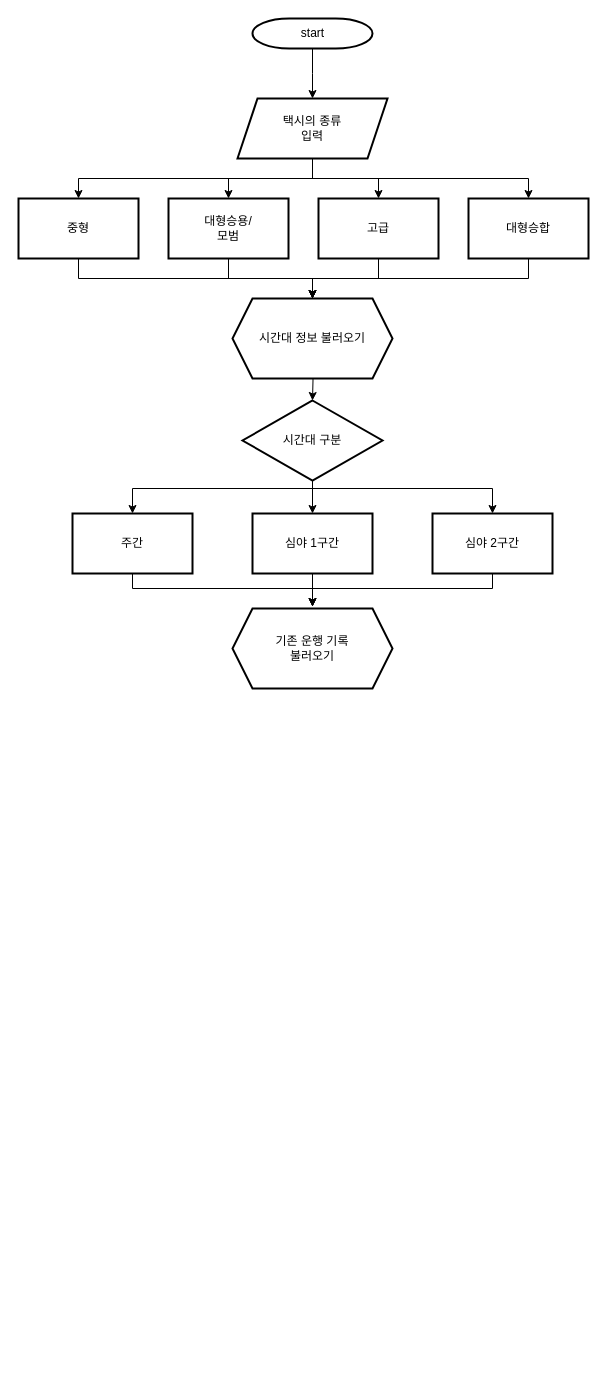
This is taxifare.drawio from jen0707/Project_taxi, a draw.io file, before an edit. Source tidied: cells renumbered, new cells numbered last; positions are measured from the earlier drawing's top-left corner, leaving out a move shared by most shapes. Both pictures are drawn from the tidied source at 100%, with x=0, y=0 at pixel (18, 18).
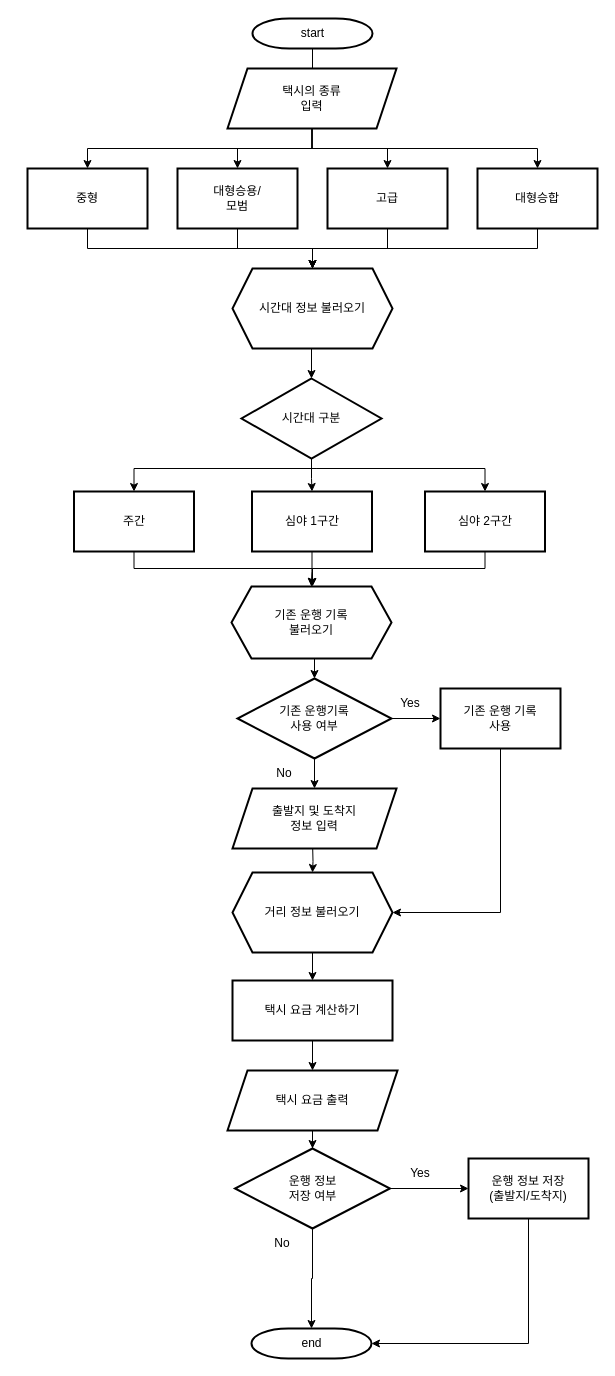
After the change.

Change to the diagram source:
```diff
@@
-    <mxCell id="4" style="edgeStyle=orthogonalEdgeStyle;rounded=0;jettySize=auto;html=1;fontFamily=Helvetica;fontSize=12;fontColor=default;fontStyle=0;" parent="1" edge="1" target="8">
-      <mxGeometry relative="1" as="geometry">
-        <mxPoint x="294" y="340" as="sourcePoint" />
-      </mxGeometry>
-    </mxCell>
@@
-    <mxCell id="6" style="edgeStyle=orthogonalEdgeStyle;rounded=0;jettySize=auto;html=1;fontFamily=Helvetica;fontSize=12;fontColor=default;fontStyle=0;" parent="1" edge="1" source="8" target="17">
+    <mxCell id="6" style="edgeStyle=orthogonalEdgeStyle;rounded=0;jettySize=auto;html=1;exitX=0.5;exitY=1;exitDx=0;exitDy=0;entryX=0.5;entryY=0;entryDx=0;entryDy=0;fontFamily=Helvetica;fontSize=12;fontColor=default;fontStyle=0;" parent="1" edge="1" source="8" target="17">
       <mxGeometry relative="1" as="geometry">
         <Array as="points">
-          <mxPoint x="294" y="470" />
-          <mxPoint x="114" y="470" />
+          <mxPoint x="298" y="450" />
+          <mxPoint x="120" y="450" />
         </Array>
       </mxGeometry>
     </mxCell>
-    <mxCell id="7" style="edgeStyle=orthogonalEdgeStyle;rounded=0;jettySize=auto;html=1;fontFamily=Helvetica;fontSize=12;fontColor=default;fontStyle=0;" parent="1" edge="1" source="8" target="19">
+    <mxCell id="7" style="edgeStyle=orthogonalEdgeStyle;rounded=0;jettySize=auto;html=1;exitX=0.5;exitY=1;exitDx=0;exitDy=0;entryX=0.5;entryY=0;entryDx=0;entryDy=0;fontFamily=Helvetica;fontSize=12;fontColor=default;fontStyle=0;" parent="1" edge="1" source="8" target="19">
       <mxGeometry relative="1" as="geometry">
         <Array as="points">
-          <mxPoint x="294" y="470" />
-          <mxPoint x="474" y="470" />
+          <mxPoint x="298" y="450" />
+          <mxPoint x="471" y="450" />
         </Array>
       </mxGeometry>
     </mxCell>
     <mxCell id="8" value="시간대 구분" style="rhombus;whiteSpace=wrap;html=1;strokeWidth=2;gradientColor=none;gradientDirection=north;fontStyle=0;" parent="1" vertex="1">
-      <mxGeometry x="224" y="382" width="140" height="80" as="geometry" />
+      <mxGeometry x="223" y="360" width="140" height="80" as="geometry" />
     </mxCell>
-    <mxCell id="9" style="edgeStyle=orthogonalEdgeStyle;rounded=0;jettySize=auto;html=1;fontFamily=Helvetica;fontSize=12;fontColor=default;fontStyle=0;" parent="1" edge="1" source="10">
-      <mxGeometry relative="1" as="geometry">
-        <mxPoint x="294" y="588" as="targetPoint" />
-      </mxGeometry>
-    </mxCell>
+    <mxCell id="30" style="edgeStyle=orthogonalEdgeStyle;rounded=0;jettySize=auto;html=1;entryX=0.5;entryY=0;entryDx=0;entryDy=0;fontFamily=Helvetica;fontSize=12;fontColor=default;fontStyle=0;" parent="1" edge="1" source="10" target="29">
+      <mxGeometry relative="1" as="geometry" />
+    </mxCell>
     <mxCell id="10" value="심야 1구간" style="whiteSpace=wrap;html=1;strokeWidth=2;gradientColor=none;gradientDirection=north;fontStyle=0;" parent="1" vertex="1">
-      <mxGeometry x="234" y="495" width="120" height="60" as="geometry" />
+      <mxGeometry x="233.5" y="473" width="120" height="60" as="geometry" />
     </mxCell>
@@
-    <mxCell id="12" style="edgeStyle=orthogonalEdgeStyle;rounded=0;jettySize=auto;html=1;entryX=0.5;entryY=0;entryDx=0;entryDy=0;fontFamily=Helvetica;fontSize=12;fontColor=default;fontStyle=0;" parent="1" edge="1" source="15" target="28">
-      <mxGeometry relative="1" as="geometry">
-        <Array as="points">
-          <mxPoint x="294" y="160" />
-          <mxPoint x="510" y="160" />
-        </Array>
-      </mxGeometry>
-    </mxCell>
@@
-    <mxCell id="14" style="edgeStyle=orthogonalEdgeStyle;rounded=0;jettySize=auto;html=1;exitX=0.5;exitY=1;exitDx=0;exitDy=0;fontFamily=Helvetica;fontSize=12;fontColor=default;fontStyle=0;" parent="1" edge="1" source="15" target="22">
-      <mxGeometry relative="1" as="geometry" />
+    <mxCell id="14" style="edgeStyle=orthogonalEdgeStyle;rounded=0;jettySize=auto;html=1;entryX=0.5;entryY=0;entryDx=0;entryDy=0;fontFamily=Helvetica;fontSize=12;fontColor=default;fontStyle=0;" parent="1" edge="1" source="15" target="22">
+      <mxGeometry relative="1" as="geometry">
+        <Array as="points">
+          <mxPoint x="294" y="130" />
+          <mxPoint x="69" y="130" />
+        </Array>
+      </mxGeometry>
     </mxCell>
+    <mxCell id="12" style="edgeStyle=orthogonalEdgeStyle;rounded=0;jettySize=auto;html=1;entryX=0.5;entryY=0;entryDx=0;entryDy=0;fontFamily=Helvetica;fontSize=12;fontColor=default;fontStyle=0;" parent="1" edge="1" source="15" target="28">
+      <mxGeometry relative="1" as="geometry">
+        <Array as="points">
+          <mxPoint x="294" y="130" />
+          <mxPoint x="519" y="130" />
+        </Array>
+      </mxGeometry>
+    </mxCell>
     <mxCell id="15" value="택시의 종류&lt;div&gt;입력&lt;/div&gt;" style="shape=parallelogram;perimeter=parallelogramPerimeter;whiteSpace=wrap;html=1;fixedSize=1;strokeColor=default;strokeWidth=2;align=center;verticalAlign=middle;fontFamily=Helvetica;fontSize=12;fontColor=default;fontStyle=0;fillColor=default;gradientColor=none;gradientDirection=north;" parent="1" vertex="1">
-      <mxGeometry x="219" y="80" width="150" height="60" as="geometry" />
+      <mxGeometry x="209" y="50" width="169" height="60" as="geometry" />
     </mxCell>
-    <mxCell id="16" style="edgeStyle=orthogonalEdgeStyle;rounded=0;jettySize=auto;html=1;fontFamily=Helvetica;fontSize=12;fontColor=default;fontStyle=0;" parent="1" edge="1" source="17">
-      <mxGeometry relative="1" as="geometry">
-        <mxPoint x="294" y="588" as="targetPoint" />
-        <Array as="points">
-          <mxPoint x="114" y="570" />
-          <mxPoint x="294" y="570" />
-        </Array>
-      </mxGeometry>
-    </mxCell>
+    <mxCell id="31" style="edgeStyle=orthogonalEdgeStyle;rounded=0;jettySize=auto;html=1;exitX=0.5;exitY=1;exitDx=0;exitDy=0;fontFamily=Helvetica;fontSize=12;fontColor=default;fontStyle=0;" parent="1" edge="1" source="17" target="29">
+      <mxGeometry relative="1" as="geometry">
+        <Array as="points">
+          <mxPoint x="116" y="550" />
+          <mxPoint x="294" y="550" />
+        </Array>
+      </mxGeometry>
+    </mxCell>
     <mxCell id="17" value="주간" style="whiteSpace=wrap;html=1;strokeWidth=2;gradientColor=none;gradientDirection=north;fontStyle=0;" parent="1" vertex="1">
-      <mxGeometry x="54" y="495" width="120" height="60" as="geometry" />
+      <mxGeometry x="55.5" y="473" width="120" height="60" as="geometry" />
     </mxCell>
-    <mxCell id="18" style="edgeStyle=orthogonalEdgeStyle;rounded=0;jettySize=auto;html=1;entryX=0.5;entryY=0;entryDx=0;entryDy=0;fontFamily=Helvetica;fontSize=12;fontColor=default;fontStyle=0;" parent="1" edge="1" source="19">
-      <mxGeometry relative="1" as="geometry">
-        <mxPoint x="294" y="588" as="targetPoint" />
-        <Array as="points">
-          <mxPoint x="474" y="570" />
-          <mxPoint x="294" y="570" />
-        </Array>
-      </mxGeometry>
-    </mxCell>
+    <mxCell id="32" style="edgeStyle=orthogonalEdgeStyle;rounded=0;jettySize=auto;html=1;entryX=0.5;entryY=0;entryDx=0;entryDy=0;fontFamily=Helvetica;fontSize=12;fontColor=default;fontStyle=0;" parent="1" edge="1" source="19" target="29">
+      <mxGeometry relative="1" as="geometry">
+        <Array as="points">
+          <mxPoint x="467" y="550" />
+          <mxPoint x="294" y="550" />
+        </Array>
+      </mxGeometry>
+    </mxCell>
     <mxCell id="19" value="심야 2구간" style="whiteSpace=wrap;html=1;strokeWidth=2;gradientColor=none;gradientDirection=north;fontStyle=0;" parent="1" vertex="1">
-      <mxGeometry x="414" y="495" width="120" height="60" as="geometry" />
+      <mxGeometry x="406.5" y="473" width="120" height="60" as="geometry" />
     </mxCell>
+    <mxCell id="33" style="edgeStyle=orthogonalEdgeStyle;rounded=0;jettySize=auto;html=1;exitX=0.5;exitY=1;exitDx=0;exitDy=0;entryX=0.5;entryY=0;entryDx=0;entryDy=0;fontFamily=Helvetica;fontSize=12;fontColor=default;fontStyle=0;" parent="1" edge="1" source="20" target="8">
+      <mxGeometry relative="1" as="geometry" />
+    </mxCell>
     <mxCell id="20" value="시간대 정보 불러오기" style="shape=hexagon;perimeter=hexagonPerimeter2;whiteSpace=wrap;html=1;fixedSize=1;strokeColor=default;strokeWidth=2;align=center;verticalAlign=middle;fontFamily=Helvetica;fontSize=12;fontColor=default;fontStyle=0;fillColor=default;gradientColor=none;gradientDirection=north;" parent="1" vertex="1">
-      <mxGeometry x="214" y="280" width="160" height="80" as="geometry" />
+      <mxGeometry x="214" y="250" width="160" height="80" as="geometry" />
     </mxCell>
-    <mxCell id="21" style="edgeStyle=orthogonalEdgeStyle;rounded=0;jettySize=auto;html=1;entryX=0.5;entryY=0;entryDx=0;entryDy=0;fontFamily=Helvetica;fontSize=12;fontColor=default;fontStyle=0;" parent="1" edge="1" source="22" target="20">
-      <mxGeometry relative="1" as="geometry">
-        <Array as="points">
-          <mxPoint x="60" y="260" />
-          <mxPoint x="294" y="260" />
-        </Array>
-      </mxGeometry>
+    <mxCell id="21" style="edgeStyle=orthogonalEdgeStyle;rounded=0;jettySize=auto;html=1;exitX=0.5;exitY=1;exitDx=0;exitDy=0;entryX=0.5;entryY=0;entryDx=0;entryDy=0;fontFamily=Helvetica;fontSize=12;fontColor=default;fontStyle=0;" parent="1" edge="1" source="22" target="20">
+      <mxGeometry relative="1" as="geometry" />
     </mxCell>
     <mxCell id="22" value="중형" style="whiteSpace=wrap;html=1;strokeWidth=2;fontStyle=0;gradientColor=none;gradientDirection=north;" parent="1" vertex="1">
-      <mxGeometry y="180" width="120" height="60" as="geometry" />
+      <mxGeometry x="9" y="150" width="120" height="60" as="geometry" />
     </mxCell>
-    <mxCell id="23" style="edgeStyle=orthogonalEdgeStyle;rounded=0;jettySize=auto;html=1;fontFamily=Helvetica;fontSize=12;fontColor=default;fontStyle=0;" parent="1" edge="1" source="24" target="20">
-      <mxGeometry relative="1" as="geometry">
-        <Array as="points">
-          <mxPoint x="210" y="260" />
-          <mxPoint x="294" y="260" />
-        </Array>
-      </mxGeometry>
+    <mxCell id="23" style="edgeStyle=orthogonalEdgeStyle;rounded=0;jettySize=auto;html=1;exitX=0.5;exitY=1;exitDx=0;exitDy=0;entryX=0.5;entryY=0;entryDx=0;entryDy=0;fontFamily=Helvetica;fontSize=12;fontColor=default;fontStyle=0;" parent="1" edge="1" source="24" target="20">
+      <mxGeometry relative="1" as="geometry" />
     </mxCell>
     <mxCell id="24" value="대형승용/&lt;div&gt;모범&lt;/div&gt;" style="whiteSpace=wrap;html=1;strokeWidth=2;fontStyle=0;gradientColor=none;gradientDirection=north;" parent="1" vertex="1">
-      <mxGeometry x="150" y="180" width="120" height="60" as="geometry" />
+      <mxGeometry x="159" y="150" width="120" height="60" as="geometry" />
     </mxCell>
-    <mxCell id="25" style="edgeStyle=orthogonalEdgeStyle;rounded=0;jettySize=auto;html=1;fontFamily=Helvetica;fontSize=12;fontColor=default;fontStyle=0;" parent="1" edge="1" source="26" target="20">
-      <mxGeometry relative="1" as="geometry">
-        <Array as="points">
-          <mxPoint x="360" y="260" />
-          <mxPoint x="294" y="260" />
-        </Array>
-      </mxGeometry>
+    <mxCell id="25" style="edgeStyle=orthogonalEdgeStyle;rounded=0;jettySize=auto;html=1;exitX=0.5;exitY=1;exitDx=0;exitDy=0;entryX=0.5;entryY=0;entryDx=0;entryDy=0;fontFamily=Helvetica;fontSize=12;fontColor=default;fontStyle=0;" parent="1" edge="1" source="26" target="20">
+      <mxGeometry relative="1" as="geometry" />
     </mxCell>
     <mxCell id="26" value="고급" style="whiteSpace=wrap;html=1;strokeWidth=2;fontStyle=0;gradientColor=none;gradientDirection=north;" parent="1" vertex="1">
-      <mxGeometry x="300" y="180" width="120" height="60" as="geometry" />
+      <mxGeometry x="309" y="150" width="120" height="60" as="geometry" />
     </mxCell>
-    <mxCell id="27" style="edgeStyle=orthogonalEdgeStyle;rounded=0;jettySize=auto;html=1;fontFamily=Helvetica;fontSize=12;fontColor=default;fontStyle=0;" parent="1" edge="1" source="28" target="20">
-      <mxGeometry relative="1" as="geometry">
-        <Array as="points">
-          <mxPoint x="510" y="260" />
-          <mxPoint x="294" y="260" />
-        </Array>
-      </mxGeometry>
+    <mxCell id="27" style="edgeStyle=orthogonalEdgeStyle;rounded=0;jettySize=auto;html=1;exitX=0.5;exitY=1;exitDx=0;exitDy=0;entryX=0.5;entryY=0;entryDx=0;entryDy=0;fontFamily=Helvetica;fontSize=12;fontColor=default;fontStyle=0;" parent="1" edge="1" source="28" target="20">
+      <mxGeometry relative="1" as="geometry" />
     </mxCell>
     <mxCell id="28" value="대형승합" style="whiteSpace=wrap;html=1;strokeWidth=2;fontStyle=0;gradientColor=none;gradientDirection=north;" parent="1" vertex="1">
-      <mxGeometry x="450" y="180" width="120" height="60" as="geometry" />
+      <mxGeometry x="459" y="150" width="120" height="60" as="geometry" />
     </mxCell>
+    <mxCell id="34" style="edgeStyle=orthogonalEdgeStyle;rounded=0;jettySize=auto;html=1;exitX=0.5;exitY=1;exitDx=0;exitDy=0;entryX=0.5;entryY=0;entryDx=0;entryDy=0;fontFamily=Helvetica;fontSize=12;fontColor=default;fontStyle=0;" parent="1" edge="1" source="29" target="37">
+      <mxGeometry relative="1" as="geometry" />
+    </mxCell>
     <mxCell id="29" value="기존 운행 기록&lt;div&gt;불러오기&lt;/div&gt;" style="shape=hexagon;perimeter=hexagonPerimeter2;whiteSpace=wrap;html=1;fixedSize=1;strokeColor=default;strokeWidth=2;align=center;verticalAlign=middle;fontFamily=Helvetica;fontSize=12;fontColor=default;fontStyle=0;fillColor=default;gradientColor=none;gradientDirection=north;" parent="1" vertex="1">
-      <mxGeometry x="214" y="590" width="160" height="80" as="geometry" />
+      <mxGeometry x="213" y="568" width="160" height="72" as="geometry" />
     </mxCell>
+    <mxCell id="35" style="edgeStyle=orthogonalEdgeStyle;rounded=0;jettySize=auto;html=1;fontFamily=Helvetica;fontSize=12;fontColor=default;fontStyle=0;" parent="1" edge="1" source="37" target="39">
+      <mxGeometry relative="1" as="geometry" />
+    </mxCell>
+    <mxCell id="36" style="edgeStyle=orthogonalEdgeStyle;rounded=0;jettySize=auto;html=1;fontFamily=Helvetica;fontSize=12;fontColor=default;fontStyle=0;" parent="1" edge="1" source="37" target="43">
+      <mxGeometry relative="1" as="geometry" />
+    </mxCell>
+    <mxCell id="37" value="기존 운행기록&lt;div&gt;사용 여부&lt;/div&gt;" style="rhombus;whiteSpace=wrap;html=1;strokeWidth=2;fontStyle=0;gradientColor=none;gradientDirection=north;" parent="1" vertex="1">
+      <mxGeometry x="219" y="660" width="154" height="80" as="geometry" />
+    </mxCell>
+    <mxCell id="38" style="edgeStyle=orthogonalEdgeStyle;rounded=0;jettySize=auto;html=1;exitX=0.5;exitY=1;exitDx=0;exitDy=0;entryX=1;entryY=0.5;entryDx=0;entryDy=0;fontFamily=Helvetica;fontSize=12;fontColor=default;fontStyle=0;" parent="1" edge="1" source="39" target="45">
+      <mxGeometry relative="1" as="geometry" />
+    </mxCell>
+    <mxCell id="39" value="기존 운행 기록&lt;div&gt;사용&lt;/div&gt;" style="whiteSpace=wrap;html=1;strokeWidth=2;fontStyle=0;gradientColor=none;gradientDirection=north;" parent="1" vertex="1">
+      <mxGeometry x="422" y="670" width="120" height="60" as="geometry" />
+    </mxCell>
+    <mxCell id="40" value="Yes" style="text;html=1;align=center;verticalAlign=middle;whiteSpace=wrap;rounded=0;fontFamily=Helvetica;fontSize=12;fontColor=default;fontStyle=0;" parent="1" vertex="1">
+      <mxGeometry x="362" y="670" width="60" height="30" as="geometry" />
+    </mxCell>
+    <mxCell id="41" value="No" style="text;html=1;align=center;verticalAlign=middle;whiteSpace=wrap;rounded=0;fontFamily=Helvetica;fontSize=12;fontColor=default;fontStyle=0;" parent="1" vertex="1">
+      <mxGeometry x="236" y="740" width="60" height="30" as="geometry" />
+    </mxCell>
+    <mxCell id="42" style="edgeStyle=orthogonalEdgeStyle;rounded=0;jettySize=auto;html=1;fontFamily=Helvetica;fontSize=12;fontColor=default;fontStyle=0;" parent="1" edge="1" target="45">
+      <mxGeometry relative="1" as="geometry">
+        <mxPoint x="294" y="822" as="sourcePoint" />
+      </mxGeometry>
+    </mxCell>
+    <mxCell id="43" value="출발지 및 도착지&lt;div&gt;정보 입력&lt;/div&gt;" style="shape=parallelogram;perimeter=parallelogramPerimeter;whiteSpace=wrap;html=1;fixedSize=1;strokeWidth=2;fontStyle=0;gradientColor=none;gradientDirection=north;" parent="1" vertex="1">
+      <mxGeometry x="214" y="770" width="164" height="60" as="geometry" />
+    </mxCell>
+    <mxCell id="44" style="edgeStyle=orthogonalEdgeStyle;rounded=0;jettySize=auto;html=1;fontFamily=Helvetica;fontSize=12;fontColor=default;fontStyle=0;" parent="1" edge="1" source="45" target="47">
+      <mxGeometry relative="1" as="geometry" />
+    </mxCell>
+    <mxCell id="45" value="거리 정보 불러오기" style="shape=hexagon;perimeter=hexagonPerimeter2;whiteSpace=wrap;html=1;fixedSize=1;strokeColor=default;strokeWidth=2;align=center;verticalAlign=middle;fontFamily=Helvetica;fontSize=12;fontColor=default;fontStyle=0;fillColor=default;gradientColor=none;gradientDirection=north;" parent="1" vertex="1">
+      <mxGeometry x="214" y="854" width="160" height="80" as="geometry" />
+    </mxCell>
+    <mxCell id="46" style="edgeStyle=orthogonalEdgeStyle;rounded=0;jettySize=auto;html=1;fontFamily=Helvetica;fontSize=12;fontColor=default;fontStyle=0;" parent="1" edge="1" source="47" target="49">
+      <mxGeometry relative="1" as="geometry" />
+    </mxCell>
+    <mxCell id="47" value="택시 요금 계산하기" style="whiteSpace=wrap;html=1;strokeWidth=2;fontStyle=0;gradientColor=none;gradientDirection=north;" parent="1" vertex="1">
+      <mxGeometry x="214" y="962" width="160" height="60" as="geometry" />
+    </mxCell>
+    <mxCell id="48" style="edgeStyle=orthogonalEdgeStyle;rounded=0;jettySize=auto;html=1;fontFamily=Helvetica;fontSize=12;fontColor=default;fontStyle=0;" parent="1" edge="1" source="49" target="51">
+      <mxGeometry relative="1" as="geometry" />
+    </mxCell>
+    <mxCell id="49" value="택시 요금 출력" style="shape=parallelogram;perimeter=parallelogramPerimeter;whiteSpace=wrap;html=1;fixedSize=1;strokeWidth=2;fontStyle=0;gradientColor=none;gradientDirection=north;" parent="1" vertex="1">
+      <mxGeometry x="209" y="1052" width="170" height="60" as="geometry" />
+    </mxCell>
+    <mxCell id="50" style="edgeStyle=orthogonalEdgeStyle;rounded=0;jettySize=auto;html=1;fontFamily=Helvetica;fontSize=12;fontColor=default;fontStyle=0;" parent="1" edge="1" source="51" target="52">
+      <mxGeometry relative="1" as="geometry" />
+    </mxCell>
+    <mxCell id="51" value="운행 정보&lt;div&gt;저장 여부&lt;/div&gt;" style="rhombus;whiteSpace=wrap;html=1;strokeWidth=2;fontStyle=0;gradientColor=none;gradientDirection=north;" parent="1" vertex="1">
+      <mxGeometry x="216.5" y="1130" width="155" height="80" as="geometry" />
+    </mxCell>
+    <mxCell id="52" value="운행 정보 저장&lt;div&gt;(출발지/도착지)&lt;/div&gt;" style="whiteSpace=wrap;html=1;strokeWidth=2;fontStyle=0;gradientColor=none;gradientDirection=north;" parent="1" vertex="1">
+      <mxGeometry x="450" y="1140" width="120" height="60" as="geometry" />
+    </mxCell>
+    <mxCell id="53" value="end" style="shape=mxgraph.flowchart.terminator;strokeWidth=2;gradientColor=none;gradientDirection=north;fontStyle=0;html=1;" parent="1" vertex="1">
+      <mxGeometry x="233" y="1310" width="120" height="30" as="geometry" />
+    </mxCell>
+    <mxCell id="54" value="Yes" style="text;html=1;align=center;verticalAlign=middle;whiteSpace=wrap;rounded=0;fontFamily=Helvetica;fontSize=12;fontColor=default;fontStyle=0;" parent="1" vertex="1">
+      <mxGeometry x="371.5" y="1140" width="60" height="30" as="geometry" />
+    </mxCell>
+    <mxCell id="55" style="edgeStyle=orthogonalEdgeStyle;rounded=0;jettySize=auto;html=1;exitX=0.5;exitY=1;exitDx=0;exitDy=0;entryX=0.5;entryY=0;entryDx=0;entryDy=0;entryPerimeter=0;fontFamily=Helvetica;fontSize=12;fontColor=default;fontStyle=0;" parent="1" edge="1" source="51" target="53">
+      <mxGeometry relative="1" as="geometry" />
+    </mxCell>
+    <mxCell id="56" value="No" style="text;html=1;align=center;verticalAlign=middle;whiteSpace=wrap;rounded=0;fontFamily=Helvetica;fontSize=12;fontColor=default;fontStyle=0;" parent="1" vertex="1">
+      <mxGeometry x="234" y="1210" width="60" height="30" as="geometry" />
+    </mxCell>
+    <mxCell id="57" style="edgeStyle=orthogonalEdgeStyle;rounded=0;jettySize=auto;html=1;exitX=0.5;exitY=1;exitDx=0;exitDy=0;entryX=1;entryY=0.5;entryDx=0;entryDy=0;entryPerimeter=0;fontFamily=Helvetica;fontSize=12;fontColor=default;fontStyle=0;" parent="1" edge="1" source="52" target="53">
+      <mxGeometry relative="1" as="geometry" />
+    </mxCell>
```
